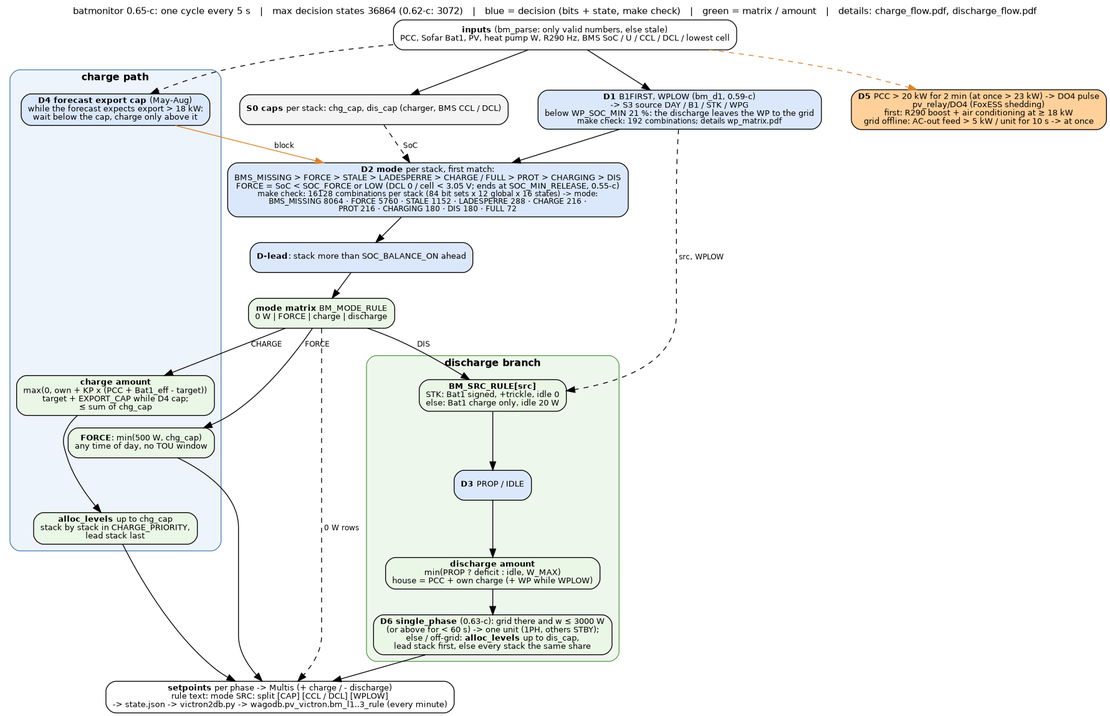
The Graphviz diagram docs/control_flow.png in gerontec/victron, before a commit. Its source is kept beside it as docs/control_flow.dot.
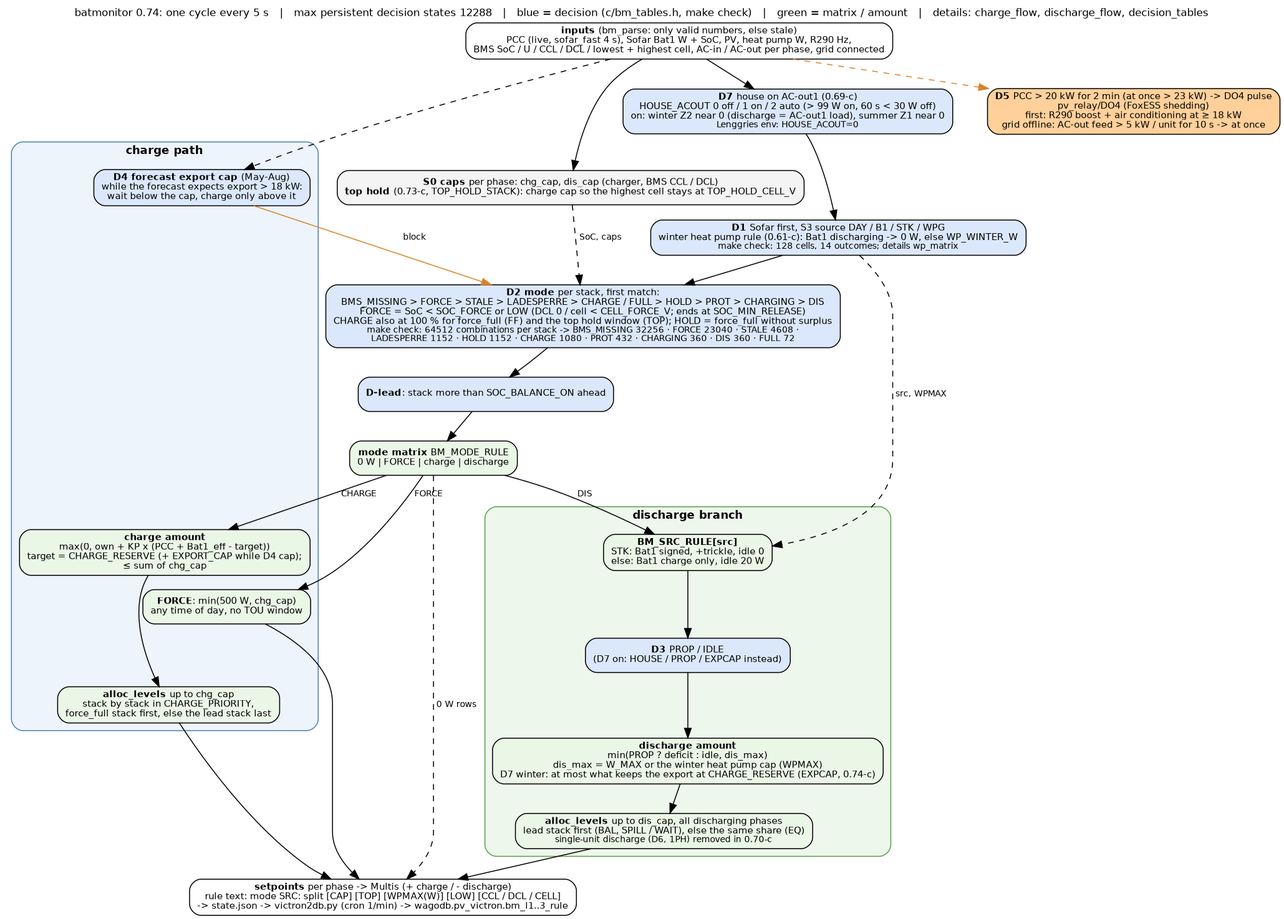
Later version of the same file.

Diff of the diagram source:
```diff
@@ -1,14 +1,15 @@
 digraph control {
 	graph [rankdir=TB, fontname="Helvetica", fontsize=11, nodesep=0.5, ranksep=0.4, newrank=true,
-		   label="batmonitor 0.65-c: one cycle every 5 s   |   max decision states 36864 (0.62-c: 3072)   |   blue = decision (bits + state, make check)   |   green = matrix / amount   |   details: charge_flow.pdf, discharge_flow.pdf",
+		   label="batmonitor 0.74: one cycle every 5 s   |   max persistent decision states 12288   |   blue = decision (c/bm_tables.h, make check)   |   green = matrix / amount   |   details: charge_flow, discharge_flow, decision_tables",
 		   labelloc=t];
 	node [shape=box, style="rounded,filled", fillcolor="#f4f4f4", fontname="Helvetica", fontsize=10];
 	edge [fontname="Helvetica", fontsize=9];
 
-	in [label=<<b>inputs</b> (bm_parse: only valid numbers, else stale)<br/>PCC, Sofar Bat1, PV, heat pump W, R290 Hz, BMS SoC / U / CCL / DCL / lowest cell>, fillcolor="#ffffff"];
-	d1 [label=<<b>D1</b> B1FIRST, WPLOW (bm_d1, 0.59-c)<br/>-&gt; S3 source DAY / B1 / STK / WPG<br/>below WP_SOC_MIN 21 %: the discharge leaves the WP to the grid<br/><font point-size="9">make check: 192 combinations; details wp_matrix.pdf</font>>, fillcolor="#dbe8fb"];
-	gates [label=<<b>S0 caps</b> per stack: chg_cap, dis_cap (charger, BMS CCL / DCL)>];
-	d2 [label=<<b>D2 mode</b> per stack, first match:<br/>BMS_MISSING &gt; FORCE &gt; STALE &gt; LADESPERRE &gt; CHARGE / FULL &gt; PROT &gt; CHARGING &gt; DIS<br/>FORCE = SoC &lt; SOC_FORCE or LOW (DCL 0 / cell &lt; 3.05 V; ends at SOC_MIN_RELEASE, 0.55-c)<br/><font point-size="9">make check: 16128 combinations per stack (84 bit sets x 12 global x 16 states) -&gt; mode:<br/>BMS_MISSING 8064 · FORCE 5760 · STALE 1152 · LADESPERRE 288 · CHARGE 216 ·<br/>PROT 216 · CHARGING 180 · DIS 180 · FULL 72</font>>, fillcolor="#dbe8fb"];
+	in [label=<<b>inputs</b> (bm_parse: only valid numbers, else stale)<br/>PCC (live, sofar_fast 4 s), Sofar Bat1 W + SoC, PV, heat pump W, R290 Hz,<br/>BMS SoC / U / CCL / DCL / lowest + highest cell, AC-in / AC-out per phase, grid connected>, fillcolor="#ffffff"];
+	d7 [label=<<b>D7</b> house on AC-out1 (0.69-c)<br/>HOUSE_ACOUT 0 off / 1 on / 2 auto (&gt; 99 W on, 60 s &lt; 30 W off)<br/>on: winter Z2 near 0 (discharge = AC-out1 load), summer Z1 near 0<br/><font point-size="9">Lenggries env: HOUSE_ACOUT=0</font>>, fillcolor="#dbe8fb"];
+	d1 [label=<<b>D1</b> Sofar first, S3 source DAY / B1 / STK / WPG<br/>winter heat pump rule (0.61-c): Bat1 discharging -&gt; 0 W, else WP_WINTER_W<br/><font point-size="9">make check: 128 cells, 14 outcomes; details wp_matrix</font>>, fillcolor="#dbe8fb"];
+	gates [label=<<b>S0 caps</b> per phase: chg_cap, dis_cap (charger, BMS CCL / DCL)<br/><b>top hold</b> (0.73-c, TOP_HOLD_STACK): charge cap so the highest cell stays at TOP_HOLD_CELL_V>];
+	d2 [label=<<b>D2 mode</b> per stack, first match:<br/>BMS_MISSING &gt; FORCE &gt; STALE &gt; LADESPERRE &gt; CHARGE / FULL &gt; HOLD &gt; PROT &gt; CHARGING &gt; DIS<br/>FORCE = SoC &lt; SOC_FORCE or LOW (DCL 0 / cell &lt; CELL_FORCE_V; ends at SOC_MIN_RELEASE)<br/>CHARGE also at 100 % for force_full (FF) and the top hold window (TOP); HOLD = force_full without surplus<br/><font point-size="9">make check: 64512 combinations per stack -&gt; BMS_MISSING 32256 · FORCE 23040 · STALE 4608 ·<br/>LADESPERRE 1152 · HOLD 1152 · CHARGE 1080 · PROT 432 · CHARGING 360 · DIS 360 · FULL 72</font>>, fillcolor="#dbe8fb"];
 	lead [label=<<b>D-lead</b>: stack more than SOC_BALANCE_ON ahead>, fillcolor="#dbe8fb"];
 	mode [label=<<b>mode matrix</b> BM_MODE_RULE<br/>0 W | FORCE | charge | discharge>, fillcolor="#eaf6e6", shape=box];
 
@@ -16,26 +17,26 @@
 		label=<<b>charge path</b>>; style="rounded,filled"; fillcolor="#eef4fb"; color="#4a7fb5"; fontsize=12;
 		d4 [label=<<b>D4 forecast export cap</b> (May-Aug)<br/>while the forecast expects export &gt; 18 kW:<br/>wait below the cap, charge only above it>, fillcolor="#dbe8fb"];
 		cforce [label=<<b>FORCE</b>: min(500 W, chg_cap)<br/>any time of day, no TOU window>, fillcolor="#eaf6e6"];
-		camount [label=<<b>charge amount</b><br/>max(0, own + KP x (PCC + Bat1_eff - target))<br/>target + EXPORT_CAP while D4 cap;<br/>&le; sum of chg_cap>, fillcolor="#eaf6e6"];
-		csplit [label=<<b>alloc_levels</b> up to chg_cap<br/>stack by stack in CHARGE_PRIORITY,<br/>lead stack last>, fillcolor="#eaf6e6"];
+		camount [label=<<b>charge amount</b><br/>max(0, own + KP x (PCC + Bat1_eff - target))<br/>target = CHARGE_RESERVE (+ EXPORT_CAP while D4 cap);<br/>&le; sum of chg_cap>, fillcolor="#eaf6e6"];
+		csplit [label=<<b>alloc_levels</b> up to chg_cap<br/>stack by stack in CHARGE_PRIORITY,<br/>force_full stack first, else the lead stack last>, fillcolor="#eaf6e6"];
 		camount -> csplit;
 	}
 
 	subgraph cluster_dis {
 		label=<<b>discharge branch</b>>; style="rounded,filled"; fillcolor="#eef7ec"; color="#5a9e4b"; fontsize=12;
 		src [label=<<b>BM_SRC_RULE[src]</b><br/>STK: Bat1 signed, +trickle, idle 0<br/>else: Bat1 charge only, idle 20 W>, fillcolor="#eaf6e6"];
-		d3 [label=<<b>D3</b> PROP / IDLE>, fillcolor="#dbe8fb"];
-		damount [label=<<b>discharge amount</b><br/>min(PROP ? deficit : idle, W_MAX)<br/>house = PCC + own charge (+ WP while WPLOW)>, fillcolor="#eaf6e6"];
-		dsplit [label=<<b>D6 single_phase</b> (0.63-c): grid there and w &le; 3000 W<br/>(or above for &lt; 60 s) -&gt; one unit (1PH, others STBY);<br/>else / off-grid: <b>alloc_levels</b> up to dis_cap,<br/>lead stack first, else every stack the same share>, fillcolor="#eaf6e6"];
+		d3 [label=<<b>D3</b> PROP / IDLE<br/>(D7 on: HOUSE / PROP / EXPCAP instead)>, fillcolor="#dbe8fb"];
+		damount [label=<<b>discharge amount</b><br/>min(PROP ? deficit : idle, dis_max)<br/>dis_max = W_MAX or the winter heat pump cap (WPMAX)<br/>D7 winter: at most what keeps the export at CHARGE_RESERVE (EXPCAP, 0.74-c)>, fillcolor="#eaf6e6"];
+		dsplit [label=<<b>alloc_levels</b> up to dis_cap, all discharging phases<br/>lead stack first (BAL, SPILL / WAIT), else the same share (EQ)<br/><font point-size="9">single-unit discharge (D6, 1PH) removed in 0.70-c</font>>, fillcolor="#eaf6e6"];
 		src -> d3 -> damount -> dsplit;
 	}
 
 	d5 [label=<<b>D5</b> PCC &gt; 20 kW for 2 min (at once &gt; 23 kW) -&gt; DO4 pulse<br/>pv_relay/DO4 (FoxESS shedding)<br/>first: R290 boost + air conditioning at &ge; 18 kW<br/>grid offline: AC-out feed &gt; 5 kW / unit for 10 s -&gt; at once>, fillcolor="#ffd09a"];
-	out [label=<<b>setpoints</b> per phase -&gt; Multis (+ charge / - discharge)<br/>rule text: mode SRC: split [CAP] [CCL / DCL] [WPLOW]<br/>-&gt; state.json -&gt; victron2db.py -&gt; wagodb.pv_victron.bm_l1..3_rule (every minute)>, fillcolor="#ffffff"];
+	out [label=<<b>setpoints</b> per phase -&gt; Multis (+ charge / - discharge)<br/>rule text: mode SRC: split [CAP] [TOP] [WPMAX(W)] [LOW] [CCL / DCL / CELL]<br/>-&gt; state.json -&gt; victron2db.py (cron 1/min) -&gt; wagodb.pv_victron.bm_l1..3_rule>, fillcolor="#ffffff"];
 
-	in -> d1 -> d2;
+	in -> d7 -> d1 -> d2;
 	in -> gates;
-	gates -> d2 [style=dashed, label=" SoC"];
+	gates -> d2 [style=dashed, label=" SoC, caps"];
 	d2 -> lead -> mode;
 	mode -> cforce [label=" FORCE"];
 	mode -> camount [label=" CHARGE"];
@@ -44,7 +45,7 @@
 	d4 -> d2 [color="#d9822b", label=" block"];
 	in -> d4 [style=dashed];
 	in -> d5 [style=dashed, color="#d9822b"];
-	d1 -> src [style=dashed, label=" src, WPLOW"];
+	d1 -> src [style=dashed, label=" src, WPMAX"];
 	cforce -> out;
 	csplit -> out;
 	dsplit -> out;
```
